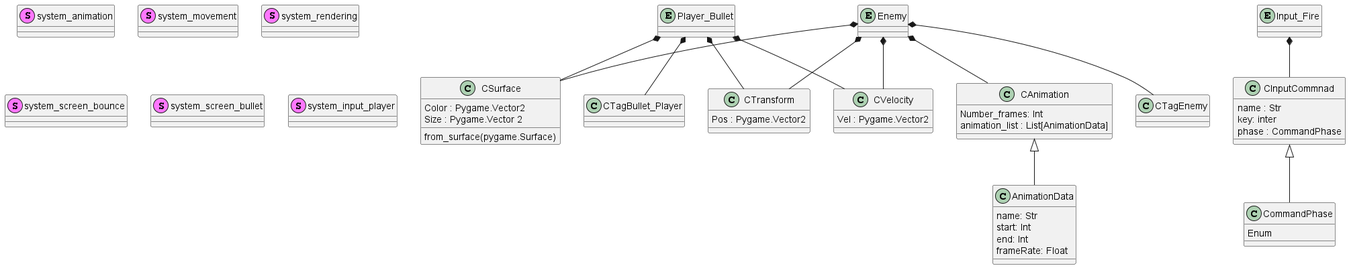
Before: Documentation/digram.png, a diagram exported from PlantUML (shiomar-salazar/MISW-4407-NoobPower).
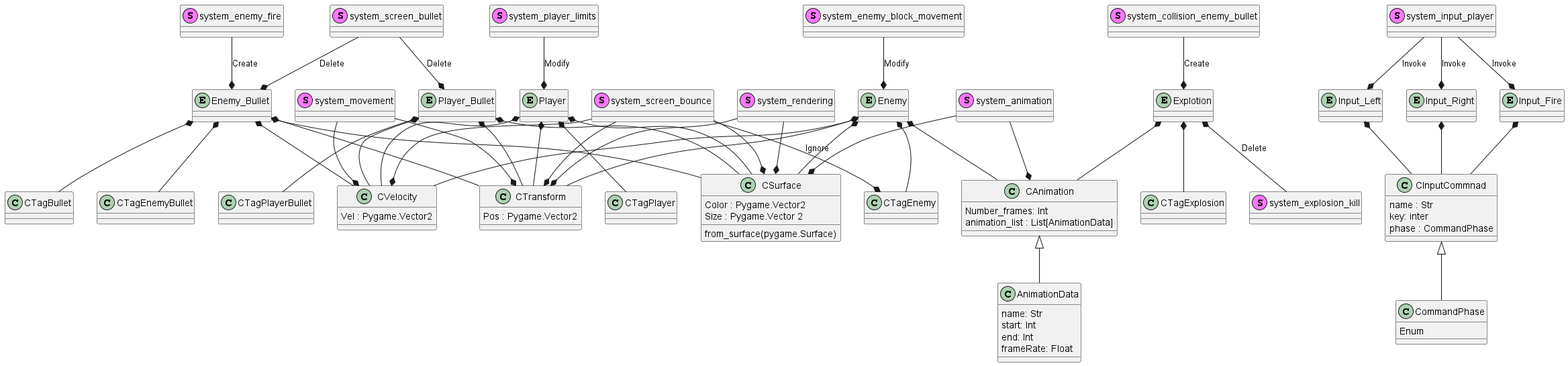
After the commit.

The edit, as a diff of the source:
```diff
@@ -1,8 +1,12 @@
 @startuml
 entity Enemy
 entity Player_Bullet
+entity Input_Left
+entity Input_Right
 entity Input_Fire
-
+entity Player
+entity Explotion
+entity Enemy_Bullet
 
 class CSurface {
     Color : Pygame.Vector2
@@ -34,9 +38,12 @@
     Enum
 }
 
-
 class CTagEnemy
-
+class CTagBullet
+class CTagExplosion
+class CTagPlayer
+class CTagEnemyBullet
+class CTagPlayerBullet
 
 stereotype system_animation
 stereotype system_movement
@@ -44,6 +51,11 @@
 stereotype system_screen_bounce
 stereotype system_screen_bullet
 stereotype system_input_player
+stereotype system_collision_enemy_bullet
+stereotype system_enemy_block_movement
+stereotype system_explosion_kill
+stereotype system_enemy_fire
+stereotype system_player_limits
 
 CAnimation <|-- AnimationData
 CInputCommnad <|-- CommandPhase
@@ -53,13 +65,53 @@
 Enemy *-- CSurface
 Enemy *-- CTransform
 Enemy *-- CVelocity
+system_enemy_block_movement --* Enemy : Modify
 
-Player_Bullet *-- CTagBullet_Player
+Player_Bullet *-- CTagPlayerBullet
 Player_Bullet *-- CSurface
 Player_Bullet *-- CTransform
 Player_Bullet *-- CVelocity
+system_screen_bullet --* Player_Bullet : Delete
 
 Input_Fire *-- CInputCommnad
+Input_Left *-- CInputCommnad
+Input_Right *-- CInputCommnad
+system_input_player --* Input_Fire : Invoke
+system_input_player --* Input_Left : Invoke
+system_input_player --* Input_Right : Invoke
+
+system_collision_enemy_bullet --* Explotion : Create
+Explotion *-- CTagExplosion
+Explotion *-- CAnimation
+Explotion *-- system_explosion_kill :Delete
+
+Player *-- CTagPlayer
+Player *-- CSurface
+Player *-- CTransform
+Player *-- CVelocity
+system_player_limits --* Player : Modify
+
+system_enemy_fire --* Enemy_Bullet : Create
+Enemy_Bullet *-- CTagEnemyBullet
+Enemy_Bullet *-- CTagBullet
+Enemy_Bullet *-- CSurface
+Enemy_Bullet *-- CTransform
+Enemy_Bullet *-- CVelocity
+system_screen_bullet --* Enemy_Bullet : Delete
+
+system_animation --* CAnimation
+system_animation --* CSurface
+
+system_movement --* CTransform
+system_movement --* CVelocity
+
+system_rendering --* CTransform
+system_rendering --* CSurface
+
+system_screen_bounce --* CTransform
+system_screen_bounce --*CVelocity
+system_screen_bounce --* CSurface
+system_screen_bounce --* CTagEnemy : Ignore
 
 
 @enduml
```
